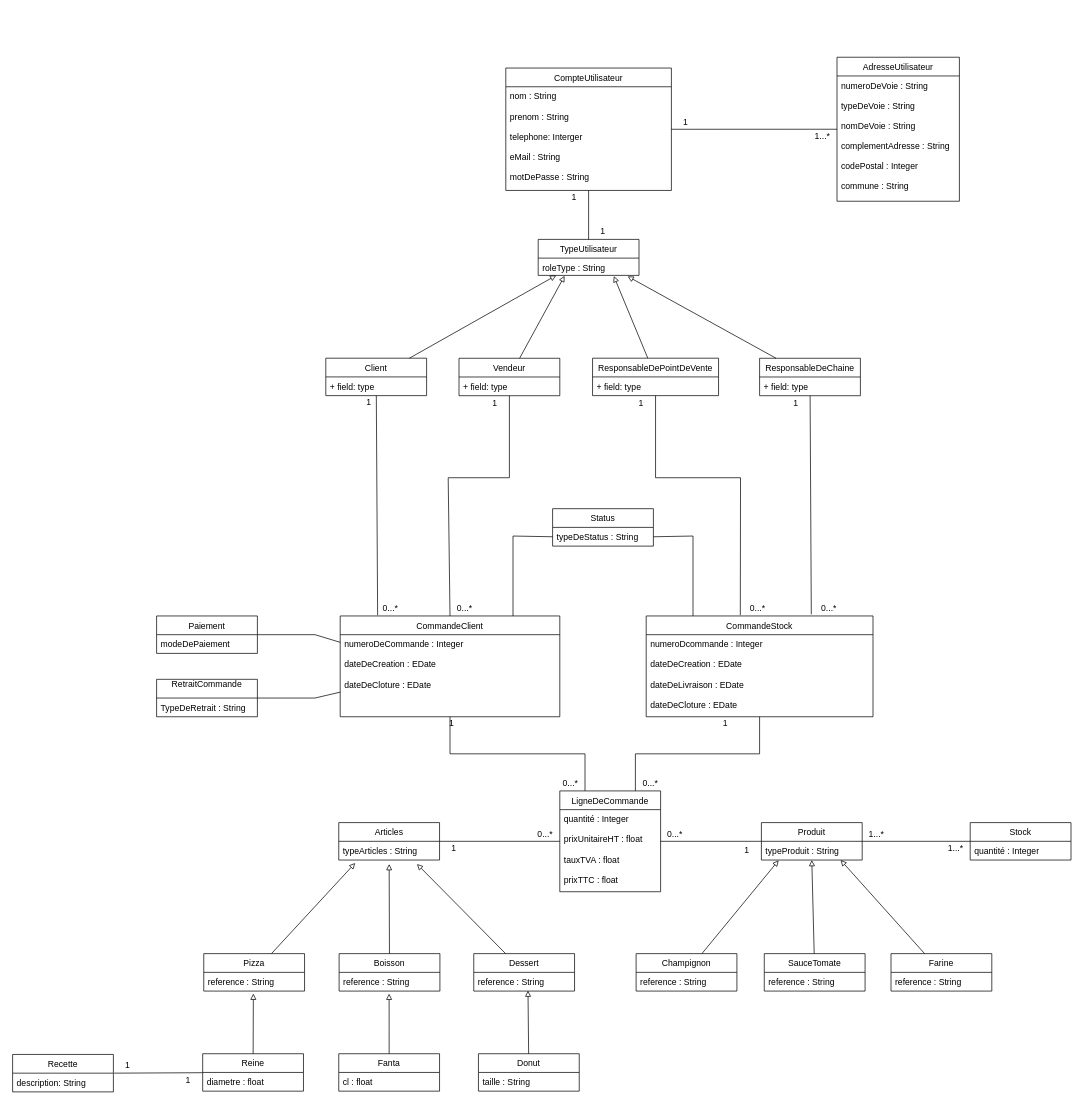
The draw.io diagram Untitled Diagram TACHE 5.drawio in vinsbld/StechOcPizz, before the edit. Source tidied: cells renumbered, new cells numbered last; positions are measured from the earlier drawing's top-left corner, leaving out a move shared by most shapes. Both pictures are drawn from the tidied source at 72%, with x=0, y=0 at pixel (12, 57).
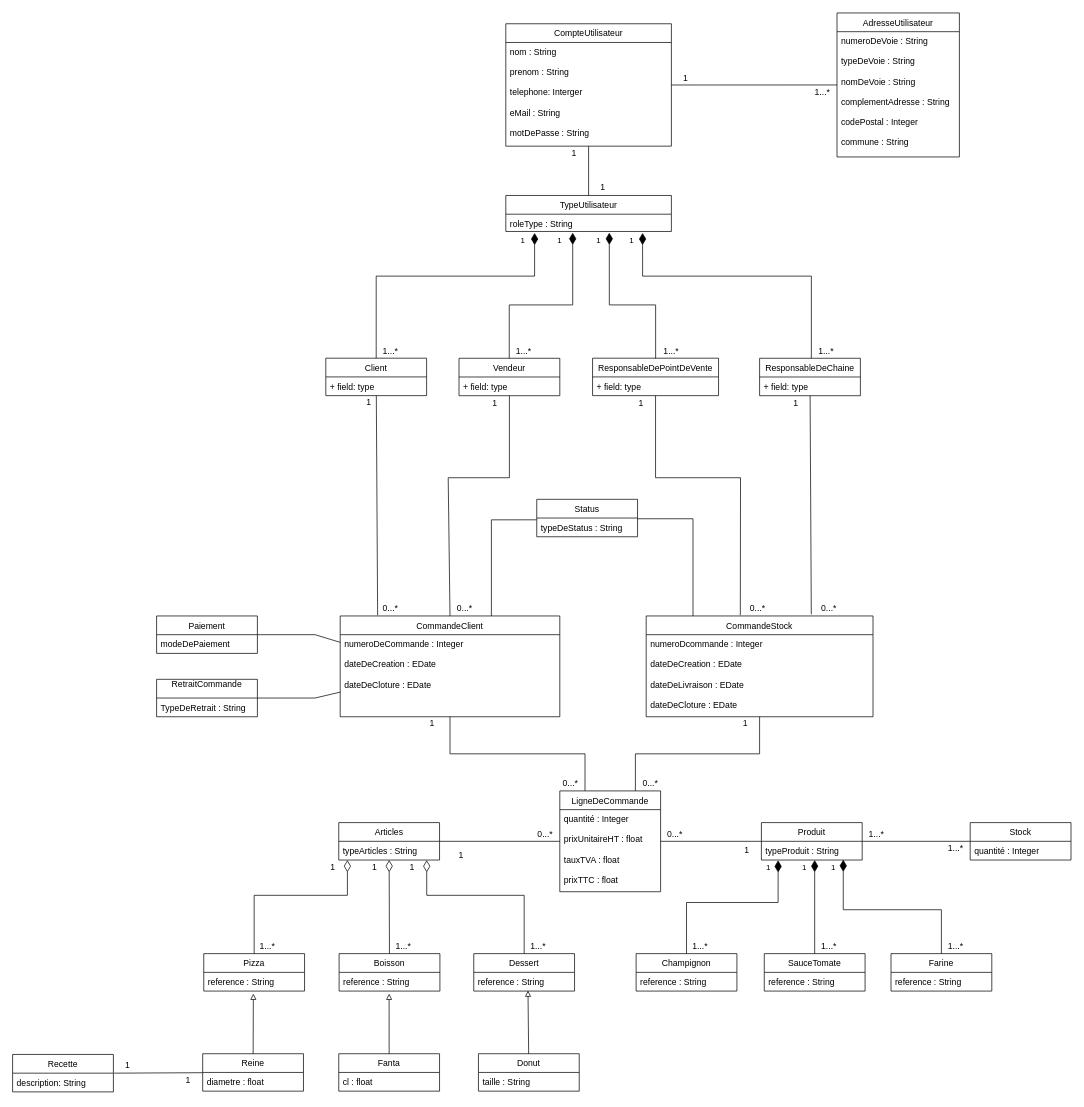
The same page after the edit.

Unchanged cells that the change refers to:
```xml
<mxCell id="5" value="CommandeClient" style="swimlane;fontStyle=0;horizontal=1;startSize=26;fillColor=none;" parent="1" vertex="1">
  <mxGeometry x="455" y="776" width="305" height="140" as="geometry" />
</mxCell>
<mxCell id="8" value="typeDeStatus : String&#10;" style="text;strokeColor=none;fillColor=none;align=left;verticalAlign=top;spacingLeft=4;spacingRight=4;overflow=hidden;points=[[0,0.5],[1,0.5]];portConstraint=eastwest;" parent="7" vertex="1">
  <mxGeometry y="26" width="140" height="26" as="geometry" />
</mxCell>
<mxCell id="18" value="Articles" style="swimlane;fontStyle=0;horizontal=1;startSize=26;fillColor=none;" parent="1" vertex="1">
  <mxGeometry x="453" y="1063" width="140" height="52" as="geometry" />
</mxCell>
<mxCell id="19" value="typeArticles : String" style="text;strokeColor=none;fillColor=none;align=left;verticalAlign=top;spacingLeft=4;spacingRight=4;overflow=hidden;points=[[0,0.5],[1,0.5]];portConstraint=eastwest;" parent="18" vertex="1">
  <mxGeometry y="26" width="140" height="26" as="geometry" />
</mxCell>
<mxCell id="22" value="CommandeStock" style="swimlane;fontStyle=0;horizontal=1;startSize=26;fillColor=none;" parent="1" vertex="1">
  <mxGeometry x="880" y="776" width="315" height="140" as="geometry" />
</mxCell>
<mxCell id="26" value="typeProduit : String" style="text;strokeColor=none;fillColor=none;align=left;verticalAlign=top;spacingLeft=4;spacingRight=4;overflow=hidden;points=[[0,0.5],[1,0.5]];portConstraint=eastwest;" parent="25" vertex="1">
  <mxGeometry y="26" width="140" height="26" as="geometry" />
</mxCell>
<mxCell id="52" value="Pizza" style="swimlane;fontStyle=0;horizontal=1;startSize=26;fillColor=none;" parent="1" vertex="1">
  <mxGeometry x="265.5" y="1245" width="140" height="52" as="geometry" />
</mxCell>
<mxCell id="55" value="Boisson" style="swimlane;fontStyle=0;horizontal=1;startSize=26;fillColor=none;" parent="1" vertex="1">
  <mxGeometry x="453.5" y="1245" width="140" height="52" as="geometry" />
</mxCell>
<mxCell id="58" value="Dessert" style="swimlane;fontStyle=0;horizontal=1;startSize=26;fillColor=none;" parent="1" vertex="1">
  <mxGeometry x="640.5" y="1245" width="140" height="52" as="geometry" />
</mxCell>
<mxCell id="61" value="Champignon" style="swimlane;fontStyle=0;horizontal=1;startSize=26;fillColor=none;" parent="1" vertex="1">
  <mxGeometry x="866" y="1245" width="140" height="52" as="geometry" />
</mxCell>
<mxCell id="64" value="SauceTomate" style="swimlane;fontStyle=0;horizontal=1;startSize=26;fillColor=none;" parent="1" vertex="1">
  <mxGeometry x="1044" y="1245" width="140" height="52" as="geometry" />
</mxCell>
<mxCell id="67" value="Farine" style="swimlane;fontStyle=0;horizontal=1;startSize=26;fillColor=none;" parent="1" vertex="1">
  <mxGeometry x="1220" y="1245" width="140" height="52" as="geometry" />
</mxCell>
<mxCell id="86" value="Client" style="swimlane;fontStyle=0;horizontal=1;startSize=26;fillColor=none;" parent="1" vertex="1">
  <mxGeometry x="435" y="418" width="140" height="52" as="geometry" />
</mxCell>
<mxCell id="90" value="Vendeur" style="swimlane;fontStyle=0;horizontal=1;startSize=26;fillColor=none;" parent="1" vertex="1">
  <mxGeometry x="620" y="418.1" width="140" height="52" as="geometry" />
</mxCell>
<mxCell id="94" value="ResponsableDePointDeVente" style="swimlane;fontStyle=0;horizontal=1;startSize=26;fillColor=none;" parent="1" vertex="1">
  <mxGeometry x="805.5" y="418" width="175" height="52" as="geometry" />
</mxCell>
<mxCell id="98" value="ResponsableDeChaine" style="swimlane;fontStyle=0;horizontal=1;startSize=26;fillColor=none;" parent="1" vertex="1">
  <mxGeometry x="1037.5" y="418.1" width="140" height="52" as="geometry" />
</mxCell>
```

What changed in the source:
```diff
@@
-    <mxCell id="3" style="edgeStyle=orthogonalEdgeStyle;rounded=0;jettySize=auto;html=1;entryX=0;entryY=0.5;entryDx=0;entryDy=0;endArrow=none;endFill=0;" parent="1" edge="1" source="5" target="8">
+    <mxCell id="3" style="edgeStyle=orthogonalEdgeStyle;rounded=0;jettySize=auto;html=1;entryX=-0.002;entryY=0.095;entryDx=0;entryDy=0;endArrow=none;endFill=0;entryPerimeter=0;" parent="1" edge="1" source="5" target="8">
       <mxGeometry relative="1" as="geometry">
         <Array as="points">
-          <mxPoint x="695" y="665" />
+          <mxPoint x="665" y="642" />
         </Array>
       </mxGeometry>
     </mxCell>
@@
     <mxCell id="7" value="Status" style="swimlane;fontStyle=0;horizontal=1;startSize=26;fillColor=none;" parent="1" vertex="1">
-      <mxGeometry x="750" y="627" width="140" height="52" as="geometry" />
+      <mxGeometry x="728" y="614" width="140" height="52" as="geometry" />
     </mxCell>
@@
-    <mxCell id="20" style="edgeStyle=orthogonalEdgeStyle;rounded=0;jettySize=auto;html=1;entryX=1;entryY=0.5;entryDx=0;entryDy=0;endArrow=none;endFill=0;" parent="1" edge="1" source="22" target="8">
+    <mxCell id="20" style="edgeStyle=orthogonalEdgeStyle;rounded=0;jettySize=auto;html=1;endArrow=none;endFill=0;" parent="1" edge="1" source="22">
       <mxGeometry relative="1" as="geometry">
+        <mxPoint x="868" y="641" as="targetPoint" />
         <Array as="points">
-          <mxPoint x="945" y="665" />
+          <mxPoint x="945" y="641" />
         </Array>
       </mxGeometry>
     </mxCell>
@@
     <mxCell id="27" value="CompteUtilisateur" style="swimlane;fontStyle=0;horizontal=1;startSize=26;fillColor=none;" parent="1" vertex="1">
-      <mxGeometry x="685" y="15" width="230" height="170" as="geometry" />
+      <mxGeometry x="685" y="-46.5" width="230" height="170" as="geometry" />
     </mxCell>
@@
     <mxCell id="29" value="AdresseUtilisateur" style="swimlane;fontStyle=0;horizontal=1;startSize=26;fillColor=none;" parent="1" vertex="1">
-      <mxGeometry x="1145" width="170" height="200" as="geometry" />
+      <mxGeometry x="1145" y="-61.5" width="170" height="200" as="geometry" />
     </mxCell>
@@
     <mxCell id="32" value="1" style="text;html=1;strokeColor=none;fillColor=none;align=center;verticalAlign=middle;whiteSpace=wrap;rounded=0;" parent="1" vertex="1">
-      <mxGeometry x="915" y="80" width="40" height="20" as="geometry" />
+      <mxGeometry x="915" y="18.5" width="40" height="20" as="geometry" />
     </mxCell>
     <mxCell id="33" value="1...*" style="text;html=1;strokeColor=none;fillColor=none;align=center;verticalAlign=middle;whiteSpace=wrap;rounded=0;" parent="1" vertex="1">
-      <mxGeometry x="1105" y="100" width="40" height="20" as="geometry" />
+      <mxGeometry x="1105" y="38.5" width="40" height="20" as="geometry" />
     </mxCell>
@@
     <mxCell id="35" value="TypeUtilisateur" style="swimlane;fontStyle=0;horizontal=1;startSize=26;fillColor=none;" parent="1" vertex="1">
-      <mxGeometry x="730" y="253" width="140" height="50" as="geometry" />
+      <mxGeometry x="685" y="192" width="230" height="50" as="geometry" />
     </mxCell>
     <mxCell id="36" value="roleType : String" style="text;strokeColor=none;fillColor=none;align=left;verticalAlign=top;spacingLeft=4;spacingRight=4;overflow=hidden;points=[[0,0.5],[1,0.5]];portConstraint=eastwest;" parent="35" vertex="1">
-      <mxGeometry y="26" width="140" height="24" as="geometry" />
+      <mxGeometry y="26" width="230" height="24" as="geometry" />
     </mxCell>
     <mxCell id="37" value="1" style="text;html=1;strokeColor=none;fillColor=none;align=center;verticalAlign=middle;whiteSpace=wrap;rounded=0;" parent="1" vertex="1">
-      <mxGeometry x="760" y="185" width="40" height="20" as="geometry" />
+      <mxGeometry x="760" y="123.5" width="40" height="20" as="geometry" />
     </mxCell>
@@
     <mxCell id="39" value="1" style="text;html=1;strokeColor=none;fillColor=none;align=center;verticalAlign=middle;whiteSpace=wrap;rounded=0;" parent="1" vertex="1">
-      <mxGeometry x="970" y="916" width="40" height="20" as="geometry" />
+      <mxGeometry x="997.5" y="916" width="40" height="20" as="geometry" />
     </mxCell>
     <mxCell id="40" value="1" style="text;html=1;strokeColor=none;fillColor=none;align=center;verticalAlign=middle;whiteSpace=wrap;rounded=0;" parent="1" vertex="1">
-      <mxGeometry x="590" y="916" width="40" height="20" as="geometry" />
+      <mxGeometry x="563" y="916" width="40" height="20" as="geometry" />
     </mxCell>
@@
     <mxCell id="45" value="1" style="text;html=1;strokeColor=none;fillColor=none;align=center;verticalAlign=middle;whiteSpace=wrap;rounded=0;" parent="1" vertex="1">
-      <mxGeometry x="593" y="1089" width="40" height="20" as="geometry" />
+      <mxGeometry x="425" y="1115" width="40" height="20" as="geometry" />
     </mxCell>
@@
-    <mxCell id="51" style="edgeStyle=none;rounded=0;jettySize=auto;html=1;endArrow=block;endFill=0;entryX=0.163;entryY=1.159;entryDx=0;entryDy=0;entryPerimeter=0;" parent="1" edge="1" source="52" target="19">
-      <mxGeometry relative="1" as="geometry" />
-    </mxCell>
@@
-    <mxCell id="54" style="edgeStyle=none;rounded=0;jettySize=auto;html=1;endArrow=block;endFill=0;entryX=0.5;entryY=1.214;entryDx=0;entryDy=0;entryPerimeter=0;" parent="1" edge="1" source="55" target="19">
-      <mxGeometry relative="1" as="geometry" />
-    </mxCell>
@@
-    <mxCell id="57" style="edgeStyle=none;rounded=0;jettySize=auto;html=1;endArrow=block;endFill=0;entryX=0.776;entryY=1.214;entryDx=0;entryDy=0;entryPerimeter=0;" parent="1" edge="1" source="58" target="19">
-      <mxGeometry relative="1" as="geometry" />
-    </mxCell>
@@
-    <mxCell id="60" style="edgeStyle=none;rounded=0;jettySize=auto;html=1;endArrow=block;endFill=0;entryX=0.171;entryY=1.015;entryDx=0;entryDy=0;entryPerimeter=0;" parent="1" edge="1" source="61" target="26">
-      <mxGeometry relative="1" as="geometry" />
-    </mxCell>
@@
-    <mxCell id="63" style="edgeStyle=none;rounded=0;jettySize=auto;html=1;endArrow=block;endFill=0;" parent="1" edge="1" source="64">
-      <mxGeometry relative="1" as="geometry">
-        <mxPoint x="1110" y="1115" as="targetPoint" />
-      </mxGeometry>
-    </mxCell>
@@
-    <mxCell id="66" style="edgeStyle=none;rounded=0;jettySize=auto;html=1;entryX=0.786;entryY=1;entryDx=0;entryDy=0;endArrow=block;endFill=0;entryPerimeter=0;" parent="1" edge="1" source="67" target="26">
-      <mxGeometry relative="1" as="geometry" />
-    </mxCell>
@@
     <mxCell id="83" value="1" style="text;html=1;strokeColor=none;fillColor=none;align=center;verticalAlign=middle;whiteSpace=wrap;rounded=0;" parent="1" vertex="1">
-      <mxGeometry x="800" y="232" width="40" height="20" as="geometry" />
+      <mxGeometry x="800" y="170.5" width="40" height="20" as="geometry" />
     </mxCell>
-    <mxCell id="84" style="edgeStyle=none;rounded=0;jettySize=auto;html=1;endArrow=block;endFill=0;" parent="1" edge="1" source="86">
-      <mxGeometry relative="1" as="geometry">
-        <mxPoint x="755" y="303" as="targetPoint" />
-      </mxGeometry>
-    </mxCell>
@@
-    <mxCell id="88" style="edgeStyle=none;rounded=0;jettySize=auto;html=1;entryX=0.262;entryY=1.024;entryDx=0;entryDy=0;entryPerimeter=0;endArrow=block;endFill=0;" parent="1" edge="1" source="90" target="36">
-      <mxGeometry relative="1" as="geometry" />
-    </mxCell>
@@
-    <mxCell id="92" style="edgeStyle=none;rounded=0;jettySize=auto;html=1;entryX=0.75;entryY=1.042;entryDx=0;entryDy=0;entryPerimeter=0;endArrow=block;endFill=0;" parent="1" edge="1" source="94" target="36">
-      <mxGeometry relative="1" as="geometry" />
-    </mxCell>
@@
-    <mxCell id="96" style="edgeStyle=none;rounded=0;jettySize=auto;html=1;entryX=0.887;entryY=1.054;entryDx=0;entryDy=0;entryPerimeter=0;endArrow=block;endFill=0;" parent="1" edge="1" source="98" target="36">
-      <mxGeometry relative="1" as="geometry" />
-    </mxCell>
@@
+    <mxCell id="107" style="endArrow=none;html=1;endSize=12;startArrow=diamondThin;startSize=14;startFill=0;edgeStyle=orthogonalEdgeStyle;align=left;verticalAlign=bottom;entryX=0.5;entryY=0;entryDx=0;entryDy=0;endFill=0;rounded=0;" parent="1" edge="1" source="19" target="52">
+      <mxGeometry x="-1" y="3" relative="1" as="geometry">
+        <Array as="points">
+          <mxPoint x="465" y="1164" />
+          <mxPoint x="335" y="1164" />
+        </Array>
+      </mxGeometry>
+    </mxCell>
+    <mxCell id="108" style="endArrow=none;html=1;endSize=12;startArrow=diamondThin;startSize=14;startFill=0;align=left;verticalAlign=bottom;exitX=0.5;exitY=1;exitDx=0;exitDy=0;strokeColor=#000000;rounded=0;endFill=0;" parent="1" edge="1" source="18" target="55">
+      <mxGeometry x="-1" y="3" relative="1" as="geometry" />
+    </mxCell>
+    <mxCell id="109" style="endArrow=none;html=1;endSize=12;startArrow=diamondThin;startSize=14;startFill=0;edgeStyle=orthogonalEdgeStyle;align=left;verticalAlign=bottom;strokeColor=#000000;entryX=0.5;entryY=0;entryDx=0;entryDy=0;endFill=0;rounded=0;exitX=1.004;exitY=0.006;exitDx=0;exitDy=0;exitPerimeter=0;" parent="1" edge="1" source="112" target="58">
+      <mxGeometry x="-0.69" y="50" relative="1" as="geometry">
+        <Array as="points">
+          <mxPoint x="575" y="1164" />
+          <mxPoint x="711" y="1164" />
+        </Array>
+      </mxGeometry>
+    </mxCell>
+    <mxCell id="110" value="1" style="text;html=1;strokeColor=none;fillColor=none;align=center;verticalAlign=middle;whiteSpace=wrap;rounded=0;" parent="1" vertex="1">
+      <mxGeometry x="603" y="1099" width="40" height="20" as="geometry" />
+    </mxCell>
+    <mxCell id="111" value="1" style="text;html=1;strokeColor=none;fillColor=none;align=center;verticalAlign=middle;whiteSpace=wrap;rounded=0;" parent="1" vertex="1">
+      <mxGeometry x="483" y="1115" width="40" height="20" as="geometry" />
+    </mxCell>
+    <mxCell id="112" value="1" style="text;html=1;strokeColor=none;fillColor=none;align=center;verticalAlign=middle;whiteSpace=wrap;rounded=0;" parent="1" vertex="1">
+      <mxGeometry x="535" y="1115" width="40" height="20" as="geometry" />
+    </mxCell>
+    <mxCell id="113" value="1...*" style="text;html=1;strokeColor=none;fillColor=none;align=center;verticalAlign=middle;whiteSpace=wrap;rounded=0;" parent="1" vertex="1">
+      <mxGeometry x="334" y="1225" width="40" height="20" as="geometry" />
+    </mxCell>
+    <mxCell id="114" value="1...*" style="text;html=1;strokeColor=none;fillColor=none;align=center;verticalAlign=middle;whiteSpace=wrap;rounded=0;" parent="1" vertex="1">
+      <mxGeometry x="523" y="1225" width="40" height="20" as="geometry" />
+    </mxCell>
+    <mxCell id="115" value="1...*" style="text;html=1;strokeColor=none;fillColor=none;align=center;verticalAlign=middle;whiteSpace=wrap;rounded=0;" parent="1" vertex="1">
+      <mxGeometry x="710" y="1225" width="40" height="20" as="geometry" />
+    </mxCell>
+    <mxCell id="116" value="1" style="endArrow=none;html=1;endSize=12;startArrow=diamondThin;startSize=14;startFill=1;edgeStyle=orthogonalEdgeStyle;align=left;verticalAlign=bottom;strokeColor=#000000;exitX=0.166;exitY=1.013;exitDx=0;exitDy=0;exitPerimeter=0;entryX=0.5;entryY=0;entryDx=0;entryDy=0;rounded=0;endFill=0;" parent="1" edge="1" source="26" target="61">
+      <mxGeometry x="-0.4" y="-40" relative="1" as="geometry">
+        <Array as="points">
+          <mxPoint x="1063" y="1174" />
+          <mxPoint x="936" y="1174" />
+        </Array>
+      </mxGeometry>
+    </mxCell>
+    <mxCell id="117" value="1" style="endArrow=none;html=1;endSize=12;startArrow=diamondThin;startSize=14;startFill=1;edgeStyle=orthogonalEdgeStyle;align=left;verticalAlign=bottom;strokeColor=#000000;entryX=0.5;entryY=0;entryDx=0;entryDy=0;rounded=0;endFill=0;" parent="1" edge="1" source="26" target="64">
+      <mxGeometry x="-0.55" y="-22" relative="1" as="geometry">
+        <Array as="points">
+          <mxPoint x="1114" y="1144" />
+          <mxPoint x="1114" y="1144" />
+        </Array>
+        <mxPoint x="3" y="-10" as="offset" />
+      </mxGeometry>
+    </mxCell>
+    <mxCell id="118" value="1" style="endArrow=none;html=1;endSize=12;startArrow=diamondThin;startSize=14;startFill=1;edgeStyle=orthogonalEdgeStyle;align=left;verticalAlign=bottom;strokeColor=#000000;entryX=0.5;entryY=0;entryDx=0;entryDy=0;rounded=0;endFill=0;" parent="1" edge="1" target="67">
+      <mxGeometry x="-0.85" y="-19" relative="1" as="geometry">
+        <mxPoint x="1153.7" y="1114.5" as="sourcePoint" />
+        <Array as="points">
+          <mxPoint x="1154" y="1184" />
+          <mxPoint x="1290" y="1184" />
+        </Array>
+      </mxGeometry>
+    </mxCell>
+    <mxCell id="119" value="1" style="endArrow=none;html=1;endSize=12;startArrow=diamondThin;startSize=14;startFill=1;edgeStyle=orthogonalEdgeStyle;align=left;verticalAlign=bottom;strokeColor=#000000;rounded=0;endFill=0;exitX=0.174;exitY=1.083;exitDx=0;exitDy=0;exitPerimeter=0;" parent="1" edge="1" source="36" target="86">
+      <mxGeometry x="-0.59" y="-40" relative="1" as="geometry">
+        <Array as="points">
+          <mxPoint x="725" y="304" />
+          <mxPoint x="505" y="304" />
+        </Array>
+      </mxGeometry>
+    </mxCell>
+    <mxCell id="120" value="1" style="endArrow=none;html=1;endSize=12;startArrow=diamondThin;startSize=14;startFill=1;edgeStyle=orthogonalEdgeStyle;align=left;verticalAlign=bottom;strokeColor=#000000;entryX=0.5;entryY=0;entryDx=0;entryDy=0;rounded=0;endFill=0;exitX=0.404;exitY=1.069;exitDx=0;exitDy=0;exitPerimeter=0;" parent="1" edge="1" source="36">
+      <mxGeometry x="-0.06" y="-80" relative="1" as="geometry">
+        <mxPoint x="689.8" y="418.1" as="targetPoint" />
+        <Array as="points">
+          <mxPoint x="778" y="344" />
+          <mxPoint x="690" y="344" />
+        </Array>
+      </mxGeometry>
+    </mxCell>
+    <mxCell id="121" value="1" style="endArrow=none;html=1;endSize=12;startArrow=diamondThin;startSize=14;startFill=1;edgeStyle=orthogonalEdgeStyle;align=left;verticalAlign=bottom;strokeColor=#000000;entryX=0.5;entryY=0;entryDx=0;entryDy=0;rounded=0;endFill=0;exitX=0.625;exitY=1.069;exitDx=0;exitDy=0;exitPerimeter=0;" parent="1" edge="1" source="36">
+      <mxGeometry x="-0.83" y="-20" relative="1" as="geometry">
+        <mxPoint x="893.1" y="418.4" as="targetPoint" />
+        <Array as="points">
+          <mxPoint x="829" y="344" />
+          <mxPoint x="893" y="344" />
+        </Array>
+      </mxGeometry>
+    </mxCell>
+    <mxCell id="122" value="1" style="endArrow=none;html=1;endSize=12;startArrow=diamondThin;startSize=14;startFill=1;edgeStyle=orthogonalEdgeStyle;align=left;verticalAlign=bottom;strokeColor=#000000;entryX=0.5;entryY=0;entryDx=0;entryDy=0;rounded=0;endFill=0;exitX=0.826;exitY=1.083;exitDx=0;exitDy=0;exitPerimeter=0;" parent="1" edge="1" source="36">
+      <mxGeometry x="-0.9" y="-20" relative="1" as="geometry">
+        <mxPoint x="1109.4" y="417.9" as="targetPoint" />
+        <Array as="points">
+          <mxPoint x="875" y="304" />
+          <mxPoint x="1110" y="304" />
+        </Array>
+      </mxGeometry>
+    </mxCell>
+    <mxCell id="123" value="1...*" style="text;html=1;strokeColor=none;fillColor=none;align=center;verticalAlign=middle;whiteSpace=wrap;rounded=0;" parent="1" vertex="1">
+      <mxGeometry x="935" y="1225" width="40" height="20" as="geometry" />
+    </mxCell>
+    <mxCell id="124" value="1...*" style="text;html=1;strokeColor=none;fillColor=none;align=center;verticalAlign=middle;whiteSpace=wrap;rounded=0;" parent="1" vertex="1">
+      <mxGeometry x="1114" y="1225" width="40" height="20" as="geometry" />
+    </mxCell>
+    <mxCell id="125" value="1...*" style="text;html=1;strokeColor=none;fillColor=none;align=center;verticalAlign=middle;whiteSpace=wrap;rounded=0;" parent="1" vertex="1">
+      <mxGeometry x="1290" y="1225" width="40" height="20" as="geometry" />
+    </mxCell>
+    <mxCell id="126" value="1...*" style="text;html=1;strokeColor=none;fillColor=none;align=center;verticalAlign=middle;whiteSpace=wrap;rounded=0;" parent="1" vertex="1">
+      <mxGeometry x="895" y="398" width="40" height="20" as="geometry" />
+    </mxCell>
+    <mxCell id="127" value="1...*" style="text;html=1;strokeColor=none;fillColor=none;align=center;verticalAlign=middle;whiteSpace=wrap;rounded=0;" parent="1" vertex="1">
+      <mxGeometry x="1110" y="398" width="40" height="20" as="geometry" />
+    </mxCell>
+    <mxCell id="128" value="1...*" style="text;html=1;strokeColor=none;fillColor=none;align=center;verticalAlign=middle;whiteSpace=wrap;rounded=0;" parent="1" vertex="1">
+      <mxGeometry x="690" y="398" width="40" height="20" as="geometry" />
+    </mxCell>
+    <mxCell id="129" value="1...*" style="text;html=1;strokeColor=none;fillColor=none;align=center;verticalAlign=middle;whiteSpace=wrap;rounded=0;" parent="1" vertex="1">
+      <mxGeometry x="505" y="398" width="40" height="20" as="geometry" />
+    </mxCell>
```
